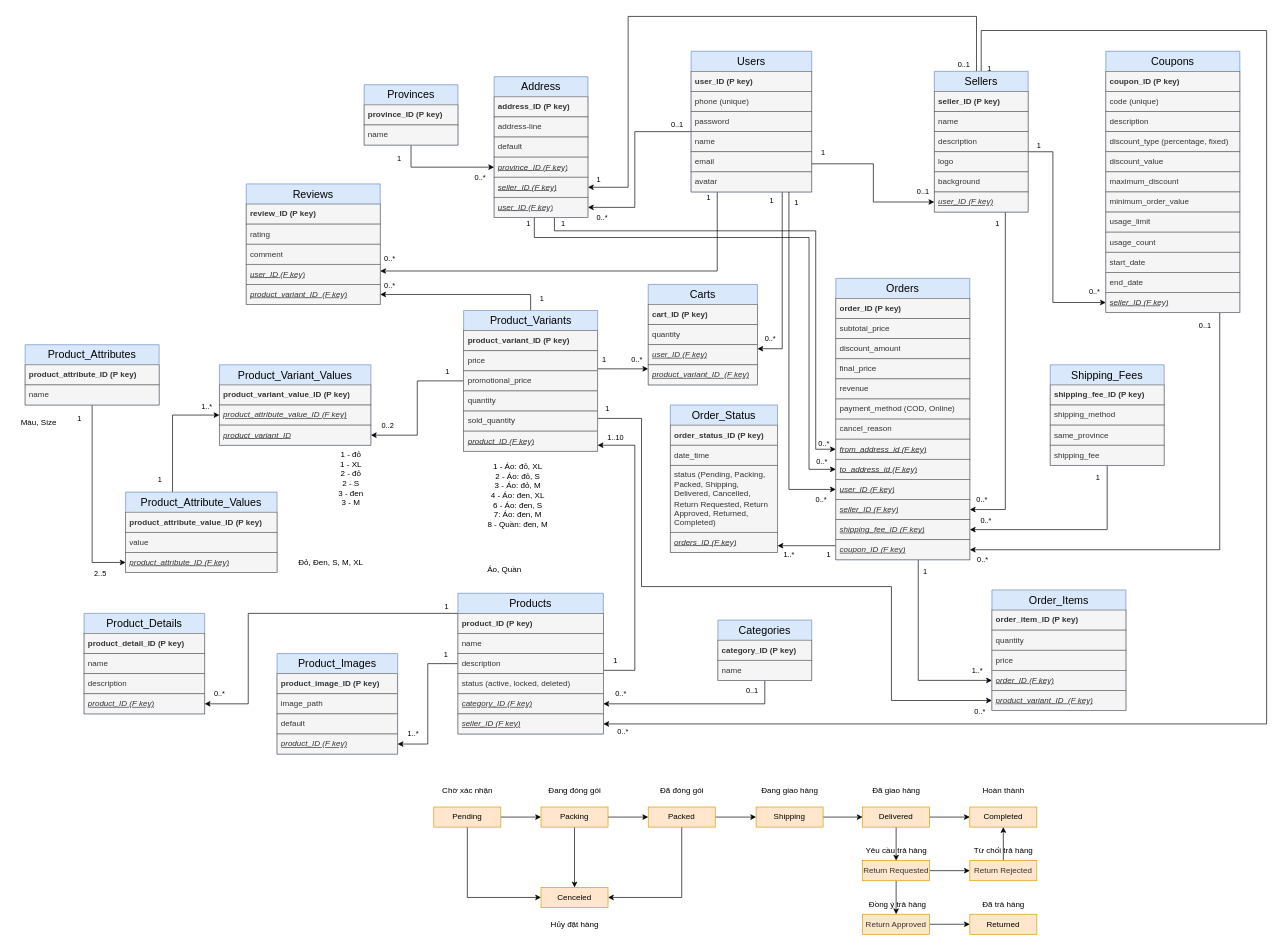
The draw.io diagram document/database.drawio in thanhba0505/shoplands, before the edit. Source tidied: cells renumbered, new cells numbered last; positions are measured from the earlier drawing's top-left corner, leaving out a move shared by most shapes. Both pictures are drawn from the tidied source at 67%, with x=0, y=0 at pixel (11, 16).
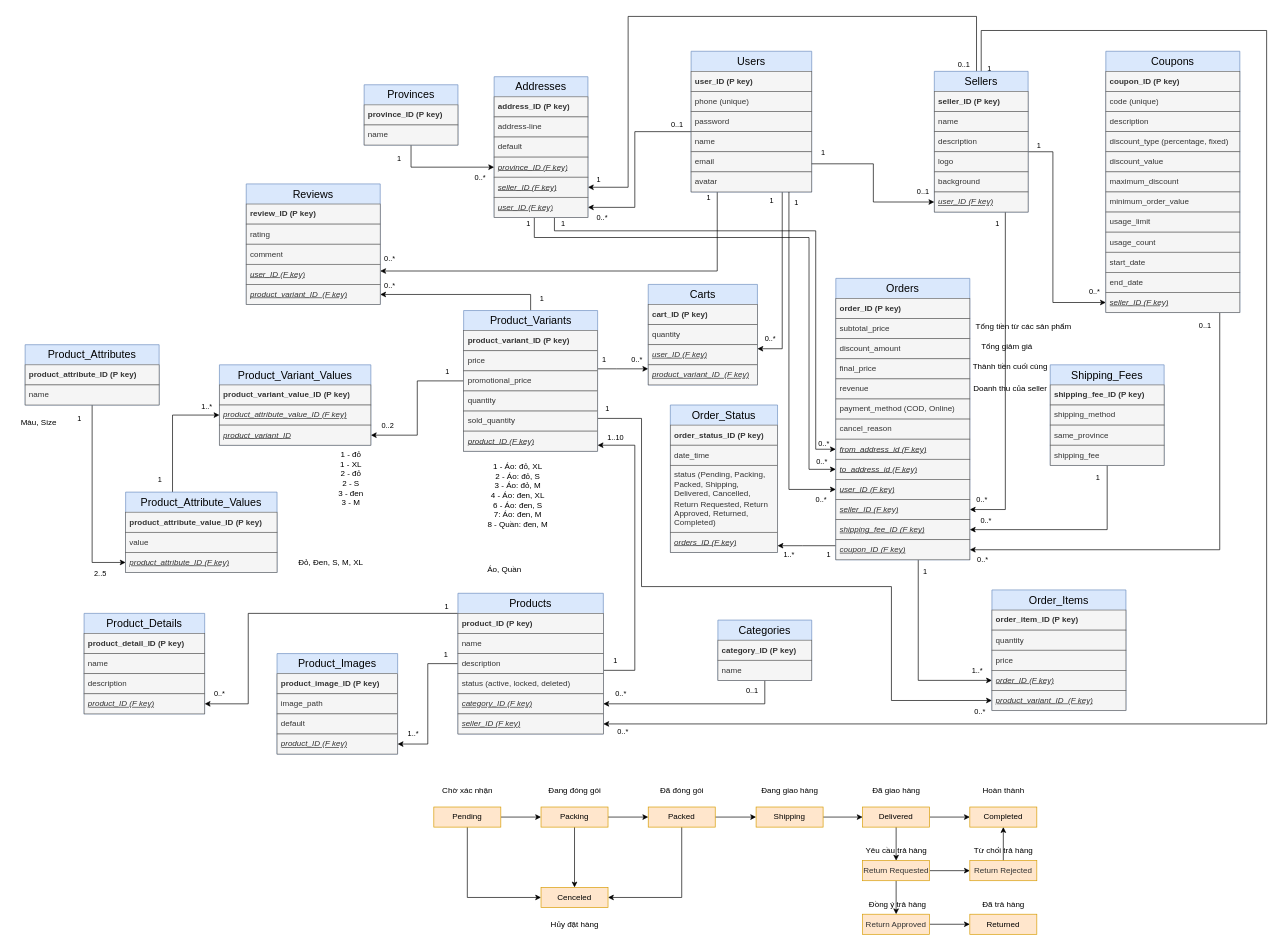
Above is the later version.

What changed in the source:
```diff
@@
-    <mxCell id="43" value="Address" style="swimlane;fontStyle=0;horizontal=1;startSize=30;whiteSpace=wrap;html=1;fillColor=#dae8fc;strokeColor=#6c8ebf;fontSize=16;swimlaneLine=0;" parent="1" vertex="1">
+    <mxCell id="43" value="Addresses" style="swimlane;fontStyle=0;horizontal=1;startSize=30;whiteSpace=wrap;html=1;fillColor=#dae8fc;strokeColor=#6c8ebf;fontSize=16;swimlaneLine=0;" parent="1" vertex="1">
       <mxGeometry x="720" y="90" width="140" height="210" as="geometry" />
     </mxCell>
@@
+    <mxCell id="236" value="Tổng tiền từ các sản phẩm" style="text;html=1;align=center;verticalAlign=middle;strokeColor=none;fillColor=none;" parent="1" vertex="1">
+      <mxGeometry x="1425" y="448" width="170" height="30" as="geometry" />
+    </mxCell>
+    <mxCell id="237" value="Tổng giảm giá" style="text;html=1;align=center;verticalAlign=middle;strokeColor=none;fillColor=none;" parent="1" vertex="1">
+      <mxGeometry x="1435" y="478" width="100" height="30" as="geometry" />
+    </mxCell>
+    <mxCell id="238" value="Thành tiền cuối cùng" style="text;html=1;align=center;verticalAlign=middle;strokeColor=none;fillColor=none;" parent="1" vertex="1">
+      <mxGeometry x="1425" y="508" width="130" height="30" as="geometry" />
+    </mxCell>
+    <mxCell id="239" value="Doanh thu của seller" style="text;html=1;align=center;verticalAlign=middle;strokeColor=none;fillColor=none;" parent="1" vertex="1">
+      <mxGeometry x="1425" y="540" width="130" height="30" as="geometry" />
+    </mxCell>
```
